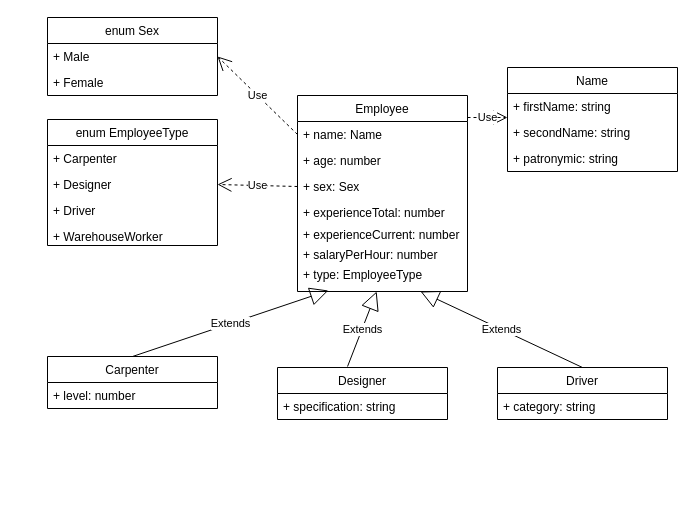
Before: HR/hr.drawio in CloudOpsMaster/factoryBusinessOptimisation, a draw.io diagram. Source tidied: cells renumbered, new cells numbered last; positions are measured from the earlier drawing's top-left corner, leaving out a move shared by most shapes. Both pictures are drawn from the tidied source at 100%, with x=0, y=0 at pixel (47, 17).
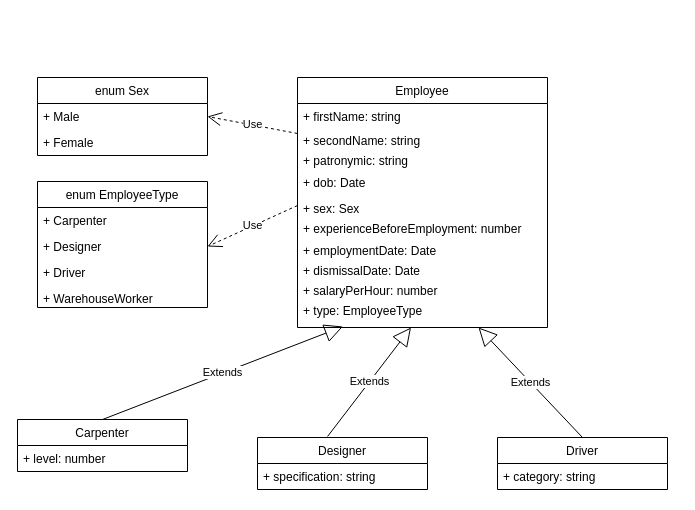
After the change.

Commit message:
Correct employee model

The change refers to these unchanged cells:
```xml
<mxCell id="11" value="+ Male" style="text;strokeColor=none;fillColor=none;align=left;verticalAlign=top;spacingLeft=4;spacingRight=4;overflow=hidden;points=[[0,0.5],[1,0.5]];portConstraint=eastwest;" parent="10" vertex="1">
  <mxGeometry y="26" width="170" height="26" as="geometry" />
</mxCell>
```

Change to the diagram source:
```diff
@@
     <mxCell id="2" value="Employee" style="swimlane;fontStyle=0;horizontal=1;startSize=26;fillColor=none;" parent="1" vertex="1">
-      <mxGeometry x="250" y="78" width="170" height="196" as="geometry" />
+      <mxGeometry x="250" y="60" width="250" height="250" as="geometry" />
     </mxCell>
-    <mxCell id="3" value="+ name: Name" style="text;strokeColor=none;fillColor=none;align=left;verticalAlign=top;spacingLeft=4;spacingRight=4;overflow=hidden;points=[[0,0.5],[1,0.5]];portConstraint=eastwest;" parent="2" vertex="1">
-      <mxGeometry y="26" width="170" height="26" as="geometry" />
-    </mxCell>
+    <mxCell id="15" value="+ firstName: string" style="text;strokeColor=none;fillColor=none;align=left;verticalAlign=top;spacingLeft=4;spacingRight=4;overflow=hidden;" parent="2" vertex="1">
+      <mxGeometry y="26" width="250" height="24" as="geometry" />
+    </mxCell>
+    <mxCell id="16" value="+ secondName: string" style="text;strokeColor=none;fillColor=none;align=left;verticalAlign=top;spacingLeft=4;spacingRight=4;overflow=hidden;" parent="2" vertex="1">
+      <mxGeometry y="50" width="250" height="20" as="geometry" />
+    </mxCell>
+    <mxCell id="17" value="+ patronymic: string" style="text;strokeColor=none;fillColor=none;align=left;verticalAlign=top;spacingLeft=4;spacingRight=4;overflow=hidden;" parent="2" vertex="1">
+      <mxGeometry y="70" width="250" height="22" as="geometry" />
+    </mxCell>
-    <mxCell id="4" value="+ age: number" style="text;strokeColor=none;fillColor=none;align=left;verticalAlign=top;spacingLeft=4;spacingRight=4;overflow=hidden;" parent="2" vertex="1">
-      <mxGeometry y="52" width="170" height="26" as="geometry" />
+    <mxCell id="4" value="+ dob: Date" style="text;strokeColor=none;fillColor=none;align=left;verticalAlign=top;spacingLeft=4;spacingRight=4;overflow=hidden;" parent="2" vertex="1">
+      <mxGeometry y="92" width="250" height="26" as="geometry" />
     </mxCell>
     <mxCell id="5" value="+ sex: Sex" style="text;strokeColor=none;fillColor=none;align=left;verticalAlign=top;spacingLeft=4;spacingRight=4;overflow=hidden;points=[[0,0.5],[1,0.5]];portConstraint=eastwest;" parent="2" vertex="1">
-      <mxGeometry y="78" width="170" height="26" as="geometry" />
+      <mxGeometry y="118" width="250" height="20" as="geometry" />
     </mxCell>
-    <mxCell id="6" value="+ experienceTotal: number" style="text;strokeColor=none;fillColor=none;align=left;verticalAlign=top;spacingLeft=4;spacingRight=4;overflow=hidden;" parent="2" vertex="1">
-      <mxGeometry y="104" width="170" height="22" as="geometry" />
+    <mxCell id="6" value="+ experienceBeforeEmployment: number" style="text;strokeColor=none;fillColor=none;align=left;verticalAlign=top;spacingLeft=4;spacingRight=4;overflow=hidden;" parent="2" vertex="1">
+      <mxGeometry y="138" width="250" height="22" as="geometry" />
     </mxCell>
-    <mxCell id="7" value="+ experienceCurrent: number" style="text;strokeColor=none;fillColor=none;align=left;verticalAlign=top;spacingLeft=4;spacingRight=4;overflow=hidden;" parent="2" vertex="1">
-      <mxGeometry y="126" width="170" height="20" as="geometry" />
+    <mxCell id="7" value="+ employmentDate: Date" style="text;strokeColor=none;fillColor=none;align=left;verticalAlign=top;spacingLeft=4;spacingRight=4;overflow=hidden;" parent="2" vertex="1">
+      <mxGeometry y="160" width="250" height="20" as="geometry" />
     </mxCell>
+    <mxCell id="34" value="+ dismissalDate: Date" style="text;strokeColor=none;fillColor=none;align=left;verticalAlign=top;spacingLeft=4;spacingRight=4;overflow=hidden;" parent="2" vertex="1">
+      <mxGeometry y="180" width="250" height="20" as="geometry" />
+    </mxCell>
     <mxCell id="8" value="+ salaryPerHour: number" style="text;strokeColor=none;fillColor=none;align=left;verticalAlign=top;spacingLeft=4;spacingRight=4;overflow=hidden;" parent="2" vertex="1">
-      <mxGeometry y="146" width="170" height="20" as="geometry" />
+      <mxGeometry y="200" width="250" height="20" as="geometry" />
     </mxCell>
     <mxCell id="9" value="+ type: EmployeeType" style="text;strokeColor=none;fillColor=none;align=left;verticalAlign=top;spacingLeft=4;spacingRight=4;overflow=hidden;points=[[0,0.5],[1,0.5]];portConstraint=eastwest;" parent="2" vertex="1">
-      <mxGeometry y="166" width="170" height="30" as="geometry" />
+      <mxGeometry y="220" width="250" height="30" as="geometry" />
     </mxCell>
     <mxCell id="10" value="enum Sex" style="swimlane;fontStyle=0;horizontal=1;startSize=26;fillColor=none;" parent="1" vertex="1">
-      <mxGeometry width="170" height="78" as="geometry" />
+      <mxGeometry x="-10" y="60" width="170" height="78" as="geometry" />
     </mxCell>
@@
-    <mxCell id="13" value="Use" style="endArrow=open;endSize=12;dashed=1;html=1;entryX=1;entryY=0.5;entryDx=0;entryDy=0;exitX=0;exitY=0.5;exitDx=0;exitDy=0;" parent="1" edge="1" source="3" target="11">
-      <mxGeometry relative="1" as="geometry" />
+    <mxCell id="13" value="Use" style="endArrow=open;endSize=12;dashed=1;html=1;entryX=1;entryY=0.5;entryDx=0;entryDy=0;exitX=0;exitY=0.5;exitDx=0;exitDy=0;" parent="1" edge="1" target="11">
+      <mxGeometry relative="1" as="geometry">
+        <mxPoint x="250" y="116" as="sourcePoint" />
+      </mxGeometry>
     </mxCell>
-    <mxCell id="14" value="Name" style="swimlane;fontStyle=0;horizontal=1;startSize=26;fillColor=none;" parent="1" vertex="1">
-      <mxGeometry x="460" y="50" width="170" height="104" as="geometry" />
-    </mxCell>
-    <mxCell id="15" value="+ firstName: string" style="text;strokeColor=none;fillColor=none;align=left;verticalAlign=top;spacingLeft=4;spacingRight=4;overflow=hidden;" parent="14" vertex="1">
-      <mxGeometry y="26" width="170" height="26" as="geometry" />
-    </mxCell>
-    <mxCell id="16" value="+ secondName: string" style="text;strokeColor=none;fillColor=none;align=left;verticalAlign=top;spacingLeft=4;spacingRight=4;overflow=hidden;" parent="14" vertex="1">
-      <mxGeometry y="52" width="170" height="26" as="geometry" />
-    </mxCell>
-    <mxCell id="17" value="+ patronymic: string" style="text;strokeColor=none;fillColor=none;align=left;verticalAlign=top;spacingLeft=4;spacingRight=4;overflow=hidden;" parent="14" vertex="1">
-      <mxGeometry y="78" width="170" height="26" as="geometry" />
-    </mxCell>
-    <mxCell id="18" value="Use" style="endArrow=open;endSize=12;dashed=1;html=1;" parent="1" edge="1">
-      <mxGeometry relative="1" as="geometry">
-        <mxPoint x="420" y="100" as="sourcePoint" />
-        <mxPoint x="460" y="100" as="targetPoint" />
-      </mxGeometry>
-    </mxCell>
     <mxCell id="19" value="enum EmployeeType" style="swimlane;fontStyle=0;horizontal=1;startSize=26;fillColor=none;" parent="1" vertex="1">
-      <mxGeometry y="102" width="170" height="126" as="geometry" />
+      <mxGeometry x="-10" y="164" width="170" height="126" as="geometry" />
     </mxCell>
@@
     <mxCell id="25" value="Driver" style="swimlane;fontStyle=0;horizontal=1;startSize=26;fillColor=none;" parent="1" vertex="1">
-      <mxGeometry x="450" y="350" width="170" height="52" as="geometry" />
+      <mxGeometry x="450" y="420" width="170" height="52" as="geometry" />
     </mxCell>
@@
     <mxCell id="28" value="Designer" style="swimlane;fontStyle=0;horizontal=1;startSize=26;fillColor=none;" parent="1" vertex="1">
-      <mxGeometry x="230" y="350" width="170" height="52" as="geometry" />
+      <mxGeometry x="210" y="420" width="170" height="52" as="geometry" />
     </mxCell>
@@
     <mxCell id="31" value="Carpenter" style="swimlane;fontStyle=0;horizontal=1;startSize=26;fillColor=none;" parent="1" vertex="1">
-      <mxGeometry y="339" width="170" height="52" as="geometry" />
+      <mxGeometry x="-30" y="402" width="170" height="52" as="geometry" />
     </mxCell>
```
